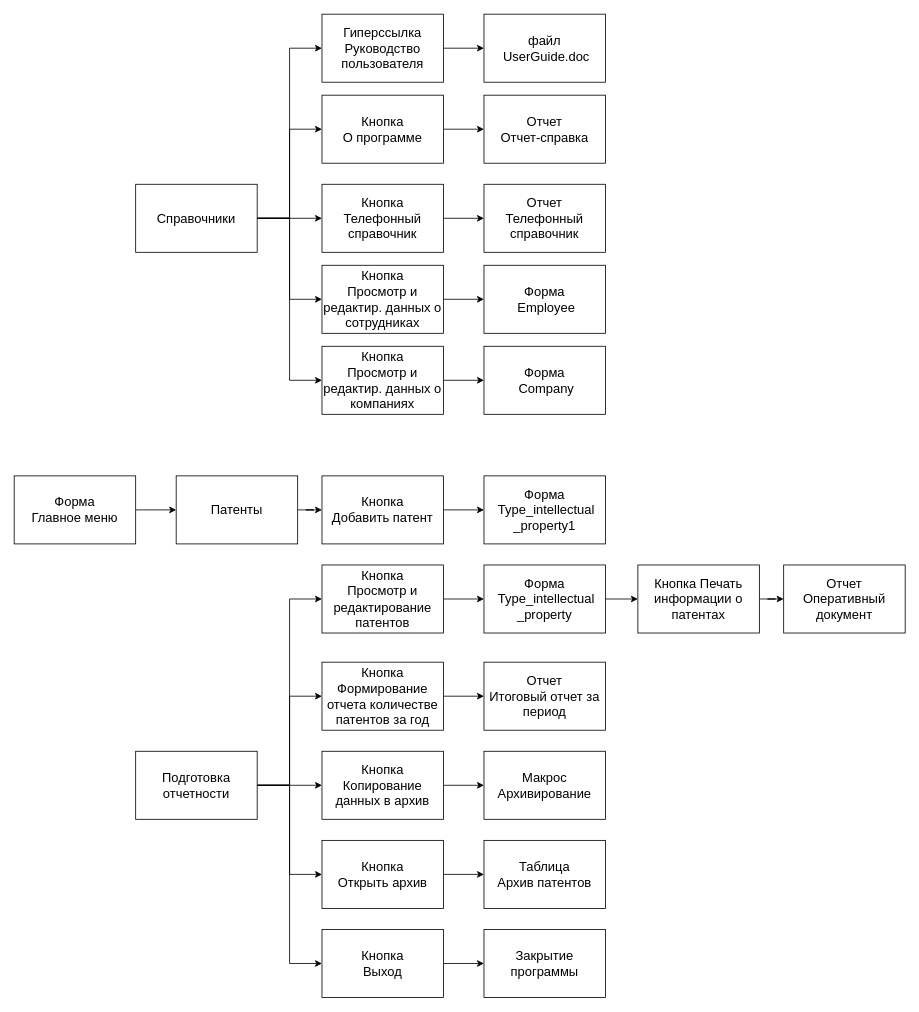
This is BD_lav2-2_2.drawio from lexa-pnz/BD_Scheme, a draw.io file, before an edit. Source tidied: cells renumbered, new cells numbered last; positions are measured from the earlier drawing's top-left corner, leaving out a move shared by most shapes. Both pictures are drawn from the tidied source at 81%, with x=0, y=0 at pixel (14, 14).
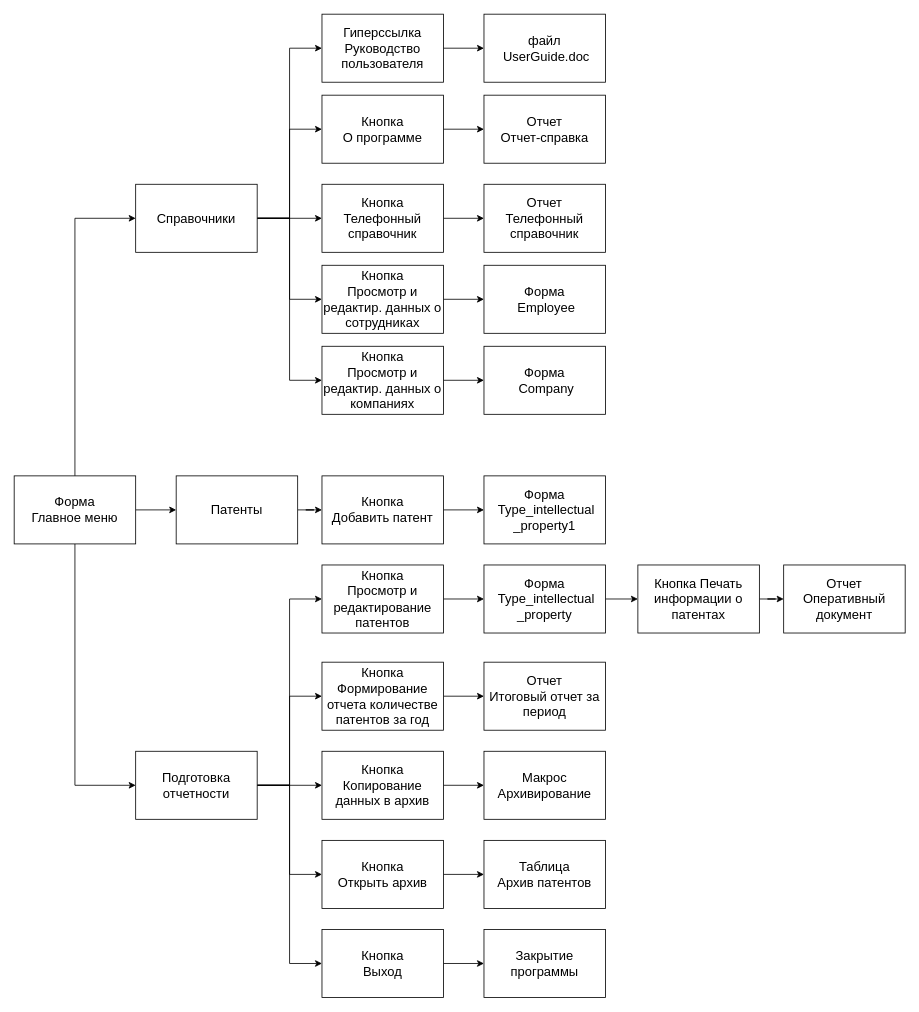
The same page after the edit.

The change refers to these unchanged cells:
```xml
<mxCell id="3" value="&lt;font style=&quot;font-size: 16px&quot;&gt;Форма &lt;br&gt;Главное меню&lt;/font&gt;" style="rounded=0;whiteSpace=wrap;html=1;" parent="1" vertex="1">
  <mxGeometry y="570" width="150" height="84" as="geometry" />
</mxCell>
<mxCell id="12" value="&lt;font style=&quot;font-size: 16px&quot;&gt;Справочники&lt;/font&gt;" style="rounded=0;whiteSpace=wrap;html=1;" parent="1" vertex="1">
  <mxGeometry x="150" y="210" width="150" height="84" as="geometry" />
</mxCell>
<mxCell id="20" value="&lt;font style=&quot;font-size: 16px&quot;&gt;Подготовка отчетности&lt;/font&gt;" style="rounded=0;whiteSpace=wrap;html=1;" parent="1" vertex="1">
  <mxGeometry x="150" y="910" width="150" height="84" as="geometry" />
</mxCell>
```

The edit, as a diff of the source:
```diff
@@
+    <mxCell id="55" style="edgeStyle=orthogonalEdgeStyle;rounded=0;jettySize=auto;html=1;entryX=0;entryY=0.5;entryDx=0;entryDy=0;" parent="1" edge="1" source="3" target="12">
+      <mxGeometry relative="1" as="geometry" />
+    </mxCell>
+    <mxCell id="56" style="edgeStyle=orthogonalEdgeStyle;rounded=0;jettySize=auto;html=1;entryX=0;entryY=0.5;entryDx=0;entryDy=0;" parent="1" edge="1" source="3" target="20">
+      <mxGeometry relative="1" as="geometry" />
+    </mxCell>
```
